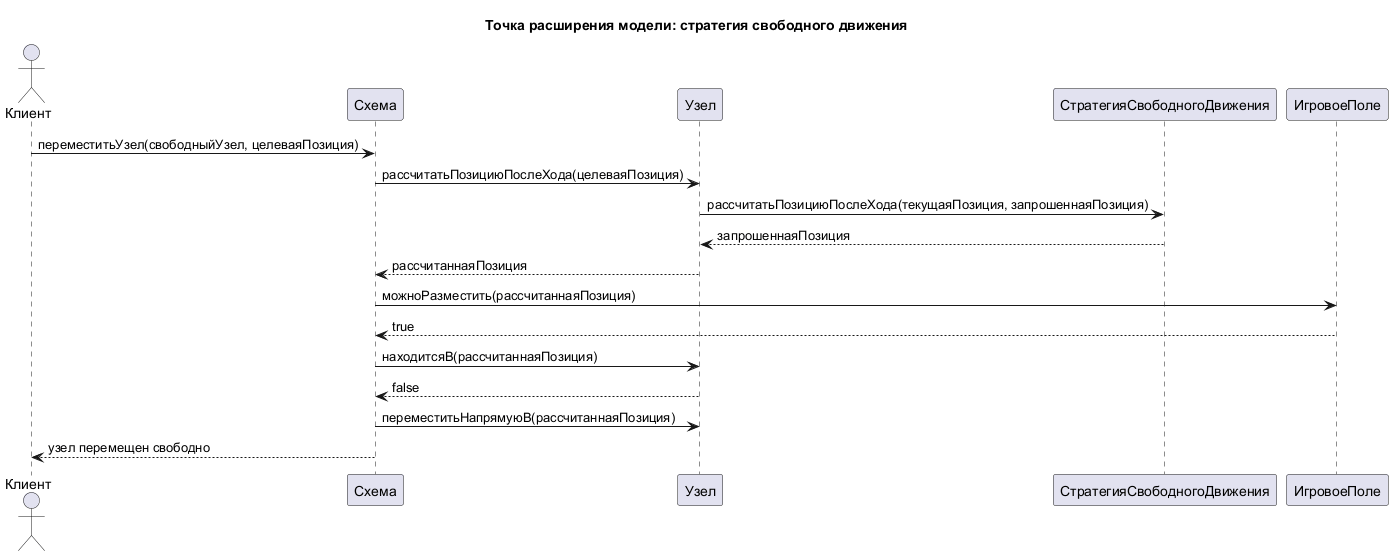
Earlier version of the PlantUML export diagrams/Point of extension/Model sequence diagrams/02 Free movement strategy.png (dmitriyBreyfogel/Untangle). Source of this version:
```plantuml
@startuml
title Точка расширения модели: стратегия свободного движения

actor Клиент
participant "Схема" as Схема
participant "Узел" as Узел
participant "СтратегияСвободногоДвижения" as СтратегияСвободногоДвижения
participant "ИгровоеПоле" as ИгровоеПоле

Клиент -> Схема : переместитьУзел(свободныйУзел, целеваяПозиция)
Схема -> Узел : рассчитатьПозициюПослеХода(целеваяПозиция)
Узел -> СтратегияСвободногоДвижения : рассчитатьПозициюПослеХода(текущаяПозиция, запрошеннаяПозиция)
СтратегияСвободногоДвижения --> Узел : запрошеннаяПозиция
Узел --> Схема : рассчитаннаяПозиция
Схема -> ИгровоеПоле : можноРазместить(рассчитаннаяПозиция)
ИгровоеПоле --> Схема : true
Схема -> Узел : находитсяВ(рассчитаннаяПозиция)
Узел --> Схема : false
Схема -> Узел : переместитьНапрямуюВ(рассчитаннаяПозиция)
Схема --> Клиент : узел перемещен свободно

@enduml
```
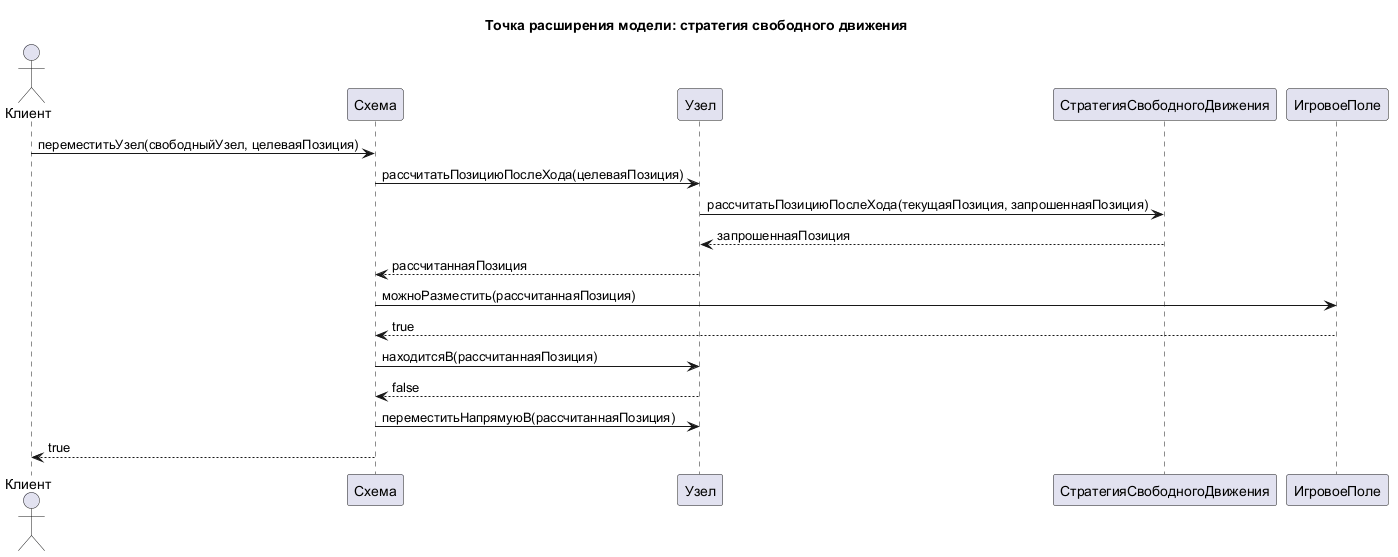
The same diagram one commit later.

Change to the diagram source:
```diff
@@ -17,6 +17,6 @@
 Схема -> Узел : находитсяВ(рассчитаннаяПозиция)
 Узел --> Схема : false
 Схема -> Узел : переместитьНапрямуюВ(рассчитаннаяПозиция)
-Схема --> Клиент : узел перемещен свободно
+Схема --> Клиент : true
 
 @enduml
```
